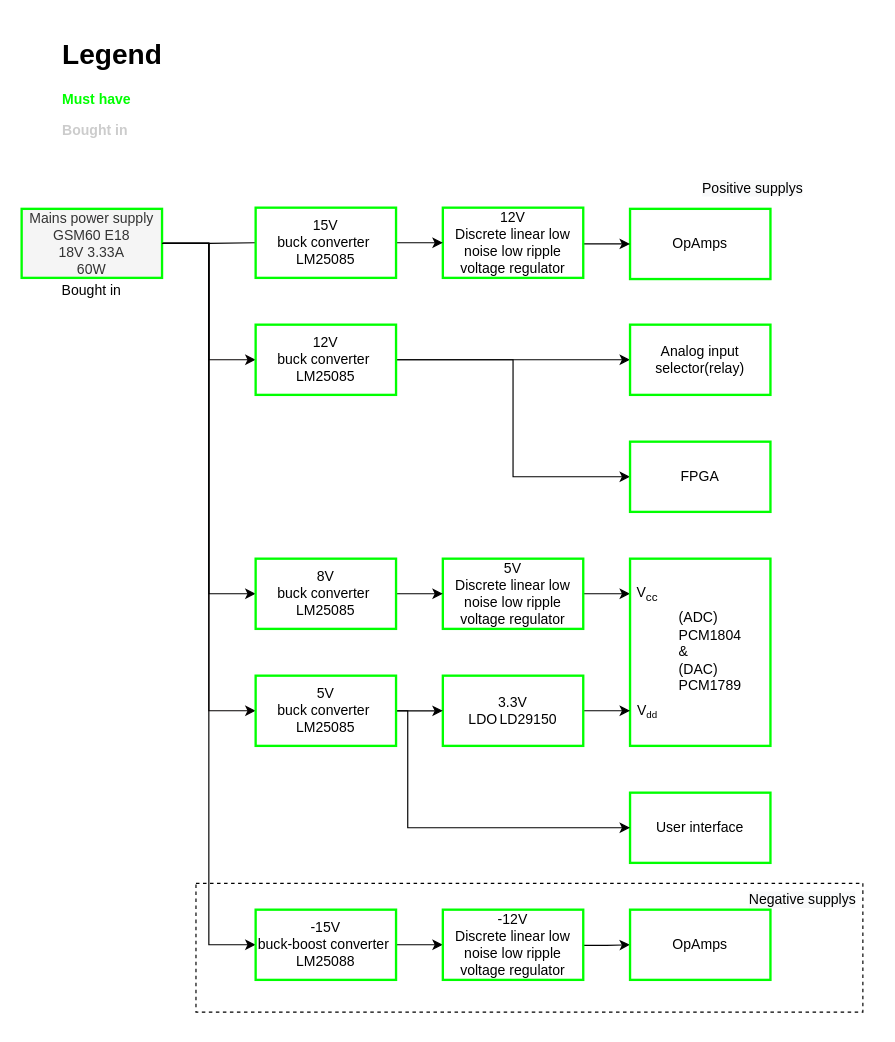
Above: Block diagrams/System design/Power supply.drawio in HeinVerhallen/Audio-DSP (draw.io), before the change. Source tidied: cells renumbered, new cells numbered last; positions are measured from the earlier drawing's top-left corner, leaving out a move shared by most shapes. Both pictures are drawn from the tidied source at 117%, with x=0, y=0 at pixel (21, 32).
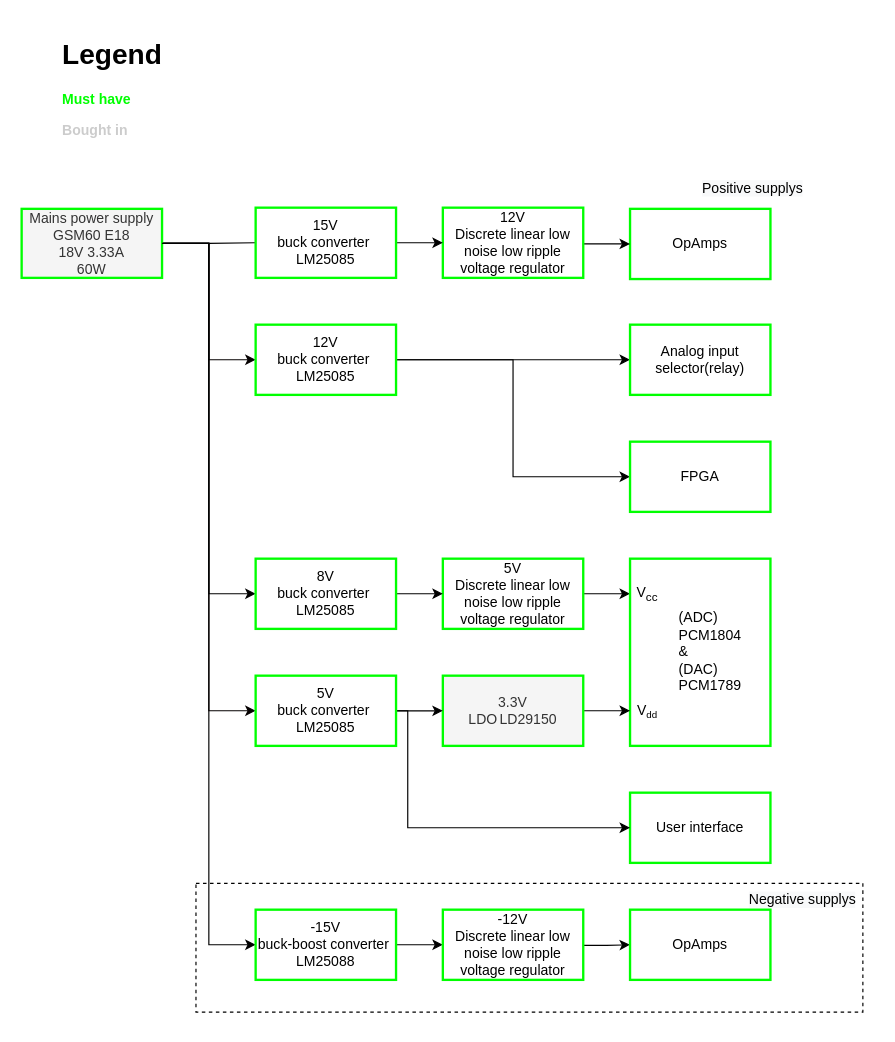
The same page after the edit.

The edit, as a diff of the source:
```diff
@@
-    <mxCell id="20" value="Bought in" style="text;html=1;strokeColor=none;fillColor=none;align=center;verticalAlign=middle;whiteSpace=wrap;rounded=0;" parent="1" vertex="1">
-      <mxGeometry y="211" width="120" height="20" as="geometry" />
-    </mxCell>
@@
-    <mxCell id="26" value="3.3V &lt;br&gt;LDO&lt;span style=&quot;white-space: pre;&quot;&gt;&#9;&lt;/span&gt;LD29150" style="rounded=0;whiteSpace=wrap;html=1;strokeColor=#00FF00;strokeWidth=2;" parent="1" vertex="1">
+    <mxCell id="26" value="3.3V &lt;br&gt;LDO&lt;span style=&quot;white-space: pre;&quot;&gt;&#9;&lt;/span&gt;LD29150" style="rounded=0;whiteSpace=wrap;html=1;strokeColor=#00FF00;strokeWidth=2;fillColor=#f5f5f5;fontColor=#333333;" parent="1" vertex="1">
       <mxGeometry x="360" y="550" width="120" height="60" as="geometry" />
     </mxCell>
```
